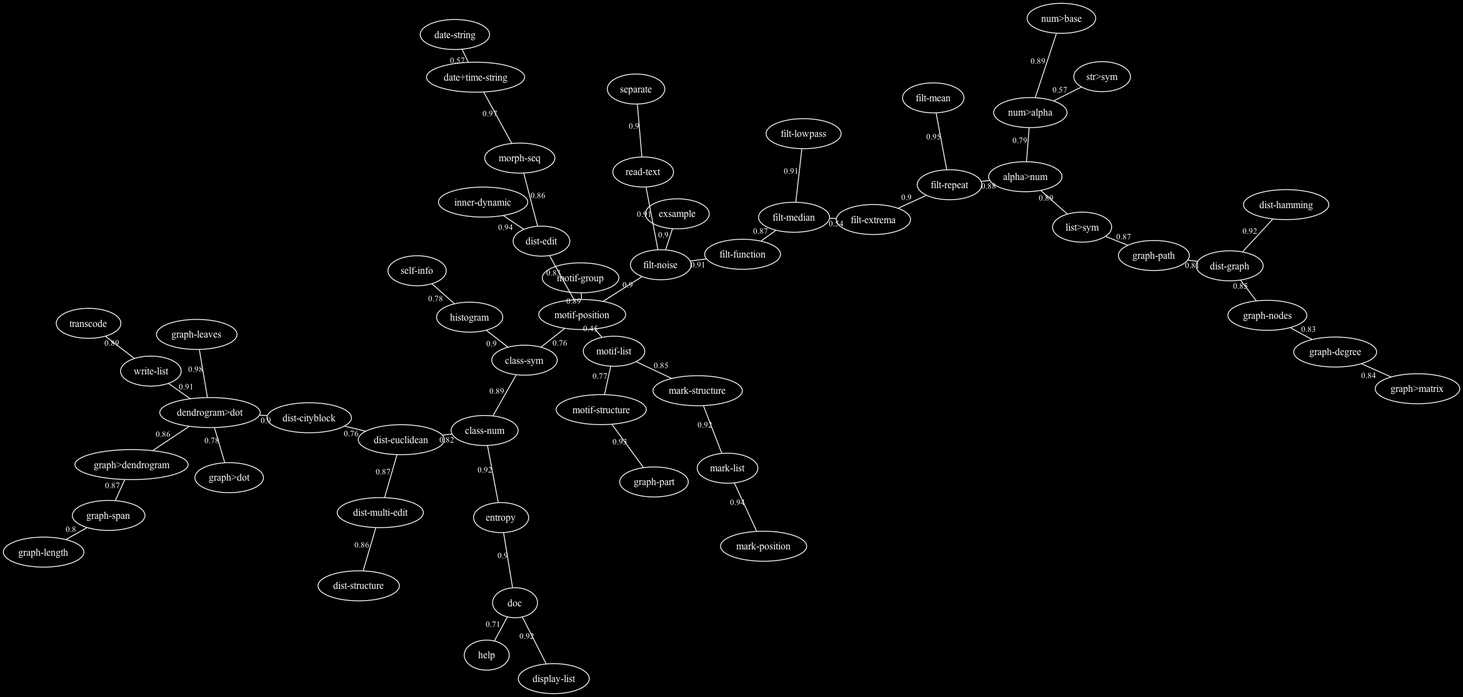
The Graphviz diagram doc/pictures/refrains-docstrings.png in FredVoisin/refrains, before a commit. Its source is kept beside it as doc/pictures/refrains-docstrings.dot. The source it was exported from:
```dot
graph "refrains-docstrings" {
/* generated with refrains:graph>dot 2026 october twenty-fourth at 19h47 */
 graph [overlap="false", sep="+4"];
 graph [bgcolor=black];
 node [shape="ellipse", font=Helvetica, fontsize=12, color=white, fontcolor=white];
 edge [font=Helvetica,fontsize=10, color=white, fontcolor=white, labelfloat=true];
 "motif-list" -- "motif-position" [w=1, len=0.450000, label="0.45"];
 "filt-extrema" -- "filt-median" [w=1, len=0.540000, label="0.54"];
 "date+time-string" -- "date-string" [w=1, len=0.570000, label="0.57"];
 "num>alpha" -- "str>sym" [w=1, len=0.570000, label="0.57"];
 "doc" -- "help" [w=1, len=0.710000, label="0.71"];
 "class-sym" -- "motif-position" [w=1, len=0.760000, label="0.76"];
 "dist-cityblock" -- "dist-euclidean" [w=1, len=0.760000, label="0.76"];
 "motif-list" -- "motif-structure" [w=1, len=0.770000, label="0.77"];
 "dendrogram>dot" -- "graph>dot" [w=1, len=0.780000, label="0.78"];
 "histogram" -- "self-info" [w=1, len=0.780000, label="0.78"];
 "alpha>num" -- "num>alpha" [w=1, len=0.790000, label="0.79"];
 "graph-length" -- "graph-span" [w=1, len=0.800000, label="0.8"];
 "dist-graph" -- "graph-path" [w=1, len=0.810000, label="0.81"];
 "class-num" -- "dist-euclidean" [w=1, len=0.820000, label="0.82"];
 "dist-edit" -- "motif-position" [w=1, len=0.830000, label="0.83"];
 "graph-degree" -- "graph-nodes" [w=1, len=0.830000, label="0.83"];
 "graph-degree" -- "graph>matrix" [w=1, len=0.840000, label="0.84"];
 "dist-graph" -- "graph-nodes" [w=1, len=0.850000, label="0.85"];
 "mark-structure" -- "motif-list" [w=1, len=0.850000, label="0.85"];
 "dendrogram>dot" -- "graph>dendrogram" [w=1, len=0.860000, label="0.86"];
 "dist-edit" -- "morph-seq" [w=1, len=0.860000, label="0.86"];
 "dist-multi-edit" -- "dist-structure" [w=1, len=0.860000, label="0.86"];
 "dist-euclidean" -- "dist-multi-edit" [w=1, len=0.870000, label="0.87"];
 "filt-function" -- "filt-median" [w=1, len=0.870000, label="0.87"];
 "graph-path" -- "list>sym" [w=1, len=0.870000, label="0.87"];
 "graph-span" -- "graph>dendrogram" [w=1, len=0.870000, label="0.87"];
 "alpha>num" -- "filt-repeat" [w=1, len=0.880000, label="0.88"];
 "alpha>num" -- "list>sym" [w=1, len=0.890000, label="0.89"];
 "class-num" -- "class-sym" [w=1, len=0.890000, label="0.89"];
 "motif-group" -- "motif-position" [w=1, len=0.890000, label="0.89"];
 "num>alpha" -- "num>base" [w=1, len=0.890000, label="0.89"];
 "transcode" -- "write-list" [w=1, len=0.890000, label="0.89"];
 "class-sym" -- "histogram" [w=1, len=0.900000, label="0.9"];
 "dendrogram>dot" -- "dist-cityblock" [w=1, len=0.900000, label="0.9"];
 "doc" -- "entropy" [w=1, len=0.900000, label="0.9"];
 "exsample" -- "filt-noise" [w=1, len=0.900000, label="0.9"];
 "filt-extrema" -- "filt-repeat" [w=1, len=0.900000, label="0.9"];
 "filt-noise" -- "motif-position" [w=1, len=0.900000, label="0.9"];
 "read-text" -- "separate" [w=1, len=0.900000, label="0.9"];
 "dendrogram>dot" -- "write-list" [w=1, len=0.910000, label="0.91"];
 "filt-function" -- "filt-noise" [w=1, len=0.910000, label="0.91"];
 "filt-lowpass" -- "filt-median" [w=1, len=0.910000, label="0.91"];
 "filt-noise" -- "read-text" [w=1, len=0.910000, label="0.91"];
 "class-num" -- "entropy" [w=1, len=0.920000, label="0.92"];
 "display-list" -- "doc" [w=1, len=0.920000, label="0.92"];
 "dist-graph" -- "dist-hamming" [w=1, len=0.920000, label="0.92"];
 "mark-list" -- "mark-structure" [w=1, len=0.920000, label="0.92"];
 "graph-part" -- "motif-structure" [w=1, len=0.930000, label="0.93"];
 "dist-edit" -- "inner-dynamic" [w=1, len=0.940000, label="0.94"];
 "mark-list" -- "mark-position" [w=1, len=0.940000, label="0.94"];
 "filt-mean" -- "filt-repeat" [w=1, len=0.950000, label="0.95"];
 "date+time-string" -- "morph-seq" [w=1, len=0.970000, label="0.97"];
 "dendrogram>dot" -- "graph-leaves" [w=1, len=0.980000, label="0.98"];
}
```
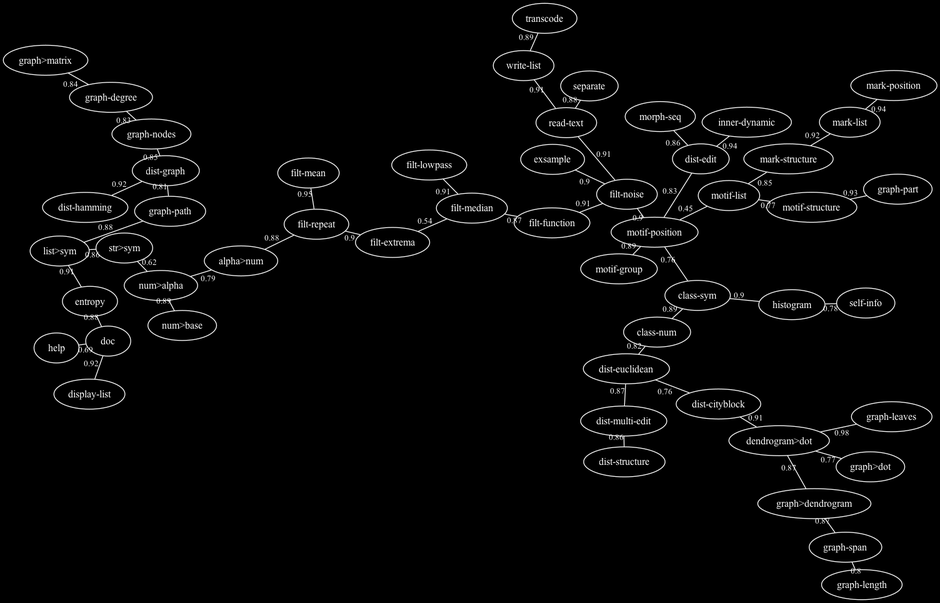
Above is the later version.

Change to the diagram source:
```diff
@@ -1,18 +1,17 @@
 graph "refrains-docstrings" {
-/* generated with refrains:graph>dot 2026 october twenty-fourth at 19h47 */
+/* generated with refrains:graph>dot, 24 Oct 2026 19:56:39 */
  graph [overlap="false", sep="+4"];
  graph [bgcolor=black];
  node [shape="ellipse", font=Helvetica, fontsize=12, color=white, fontcolor=white];
  edge [font=Helvetica,fontsize=10, color=white, fontcolor=white, labelfloat=true];
  "motif-list" -- "motif-position" [w=1, len=0.450000, label="0.45"];
  "filt-extrema" -- "filt-median" [w=1, len=0.540000, label="0.54"];
- "date+time-string" -- "date-string" [w=1, len=0.570000, label="0.57"];
- "num>alpha" -- "str>sym" [w=1, len=0.570000, label="0.57"];
- "doc" -- "help" [w=1, len=0.710000, label="0.71"];
+ "num>alpha" -- "str>sym" [w=1, len=0.620000, label="0.62"];
+ "doc" -- "help" [w=1, len=0.690000, label="0.69"];
  "class-sym" -- "motif-position" [w=1, len=0.760000, label="0.76"];
  "dist-cityblock" -- "dist-euclidean" [w=1, len=0.760000, label="0.76"];
+ "dendrogram>dot" -- "graph>dot" [w=1, len=0.770000, label="0.77"];
  "motif-list" -- "motif-structure" [w=1, len=0.770000, label="0.77"];
- "dendrogram>dot" -- "graph>dot" [w=1, len=0.780000, label="0.78"];
  "histogram" -- "self-info" [w=1, len=0.780000, label="0.78"];
  "alpha>num" -- "num>alpha" [w=1, len=0.790000, label="0.79"];
  "graph-length" -- "graph-span" [w=1, len=0.800000, label="0.8"];
@@ -23,31 +22,31 @@
  "graph-degree" -- "graph>matrix" [w=1, len=0.840000, label="0.84"];
  "dist-graph" -- "graph-nodes" [w=1, len=0.850000, label="0.85"];
  "mark-structure" -- "motif-list" [w=1, len=0.850000, label="0.85"];
- "dendrogram>dot" -- "graph>dendrogram" [w=1, len=0.860000, label="0.86"];
  "dist-edit" -- "morph-seq" [w=1, len=0.860000, label="0.86"];
  "dist-multi-edit" -- "dist-structure" [w=1, len=0.860000, label="0.86"];
+ "list>sym" -- "str>sym" [w=1, len=0.860000, label="0.86"];
+ "dendrogram>dot" -- "graph>dendrogram" [w=1, len=0.870000, label="0.87"];
  "dist-euclidean" -- "dist-multi-edit" [w=1, len=0.870000, label="0.87"];
  "filt-function" -- "filt-median" [w=1, len=0.870000, label="0.87"];
- "graph-path" -- "list>sym" [w=1, len=0.870000, label="0.87"];
  "graph-span" -- "graph>dendrogram" [w=1, len=0.870000, label="0.87"];
  "alpha>num" -- "filt-repeat" [w=1, len=0.880000, label="0.88"];
- "alpha>num" -- "list>sym" [w=1, len=0.890000, label="0.89"];
+ "doc" -- "entropy" [w=1, len=0.880000, label="0.88"];
+ "graph-path" -- "list>sym" [w=1, len=0.880000, label="0.88"];
+ "read-text" -- "separate" [w=1, len=0.880000, label="0.88"];
  "class-num" -- "class-sym" [w=1, len=0.890000, label="0.89"];
  "motif-group" -- "motif-position" [w=1, len=0.890000, label="0.89"];
  "num>alpha" -- "num>base" [w=1, len=0.890000, label="0.89"];
  "transcode" -- "write-list" [w=1, len=0.890000, label="0.89"];
  "class-sym" -- "histogram" [w=1, len=0.900000, label="0.9"];
- "dendrogram>dot" -- "dist-cityblock" [w=1, len=0.900000, label="0.9"];
- "doc" -- "entropy" [w=1, len=0.900000, label="0.9"];
  "exsample" -- "filt-noise" [w=1, len=0.900000, label="0.9"];
  "filt-extrema" -- "filt-repeat" [w=1, len=0.900000, label="0.9"];
  "filt-noise" -- "motif-position" [w=1, len=0.900000, label="0.9"];
- "read-text" -- "separate" [w=1, len=0.900000, label="0.9"];
- "dendrogram>dot" -- "write-list" [w=1, len=0.910000, label="0.91"];
+ "dendrogram>dot" -- "dist-cityblock" [w=1, len=0.910000, label="0.91"];
+ "entropy" -- "list>sym" [w=1, len=0.910000, label="0.91"];
  "filt-function" -- "filt-noise" [w=1, len=0.910000, label="0.91"];
  "filt-lowpass" -- "filt-median" [w=1, len=0.910000, label="0.91"];
  "filt-noise" -- "read-text" [w=1, len=0.910000, label="0.91"];
- "class-num" -- "entropy" [w=1, len=0.920000, label="0.92"];
+ "read-text" -- "write-list" [w=1, len=0.910000, label="0.91"];
  "display-list" -- "doc" [w=1, len=0.920000, label="0.92"];
  "dist-graph" -- "dist-hamming" [w=1, len=0.920000, label="0.92"];
  "mark-list" -- "mark-structure" [w=1, len=0.920000, label="0.92"];
@@ -55,6 +54,5 @@
  "dist-edit" -- "inner-dynamic" [w=1, len=0.940000, label="0.94"];
  "mark-list" -- "mark-position" [w=1, len=0.940000, label="0.94"];
  "filt-mean" -- "filt-repeat" [w=1, len=0.950000, label="0.95"];
- "date+time-string" -- "morph-seq" [w=1, len=0.970000, label="0.97"];
  "dendrogram>dot" -- "graph-leaves" [w=1, len=0.980000, label="0.98"];
 }
```
